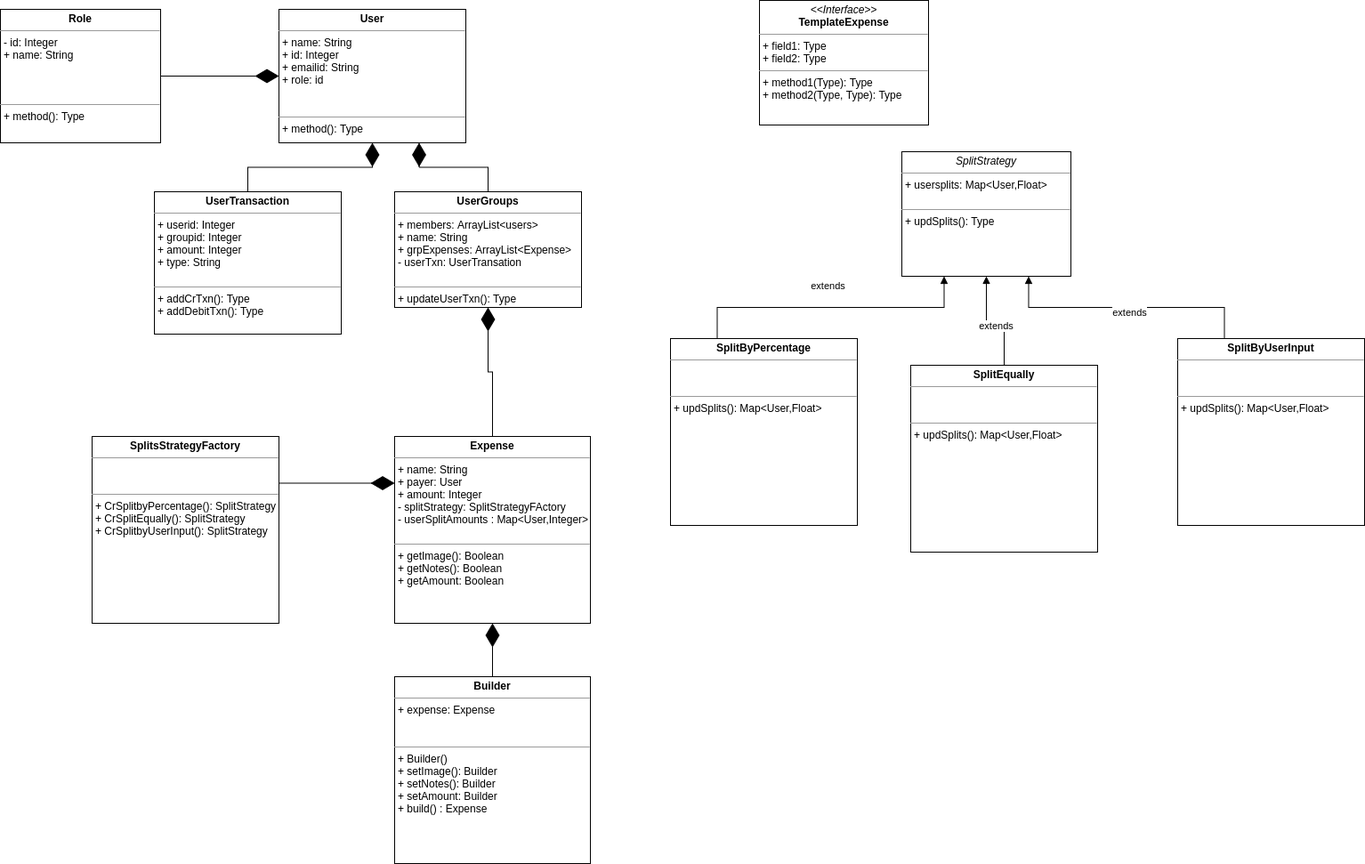
Before: Splitwise/Splitwise.drawio.png, a diagram exported from draw.io (LearningsLab/BoilerPlates). Source tidied: cells renumbered, new cells last; positions are measured from the earlier drawing's top-left corner, leaving out a move shared by most shapes.
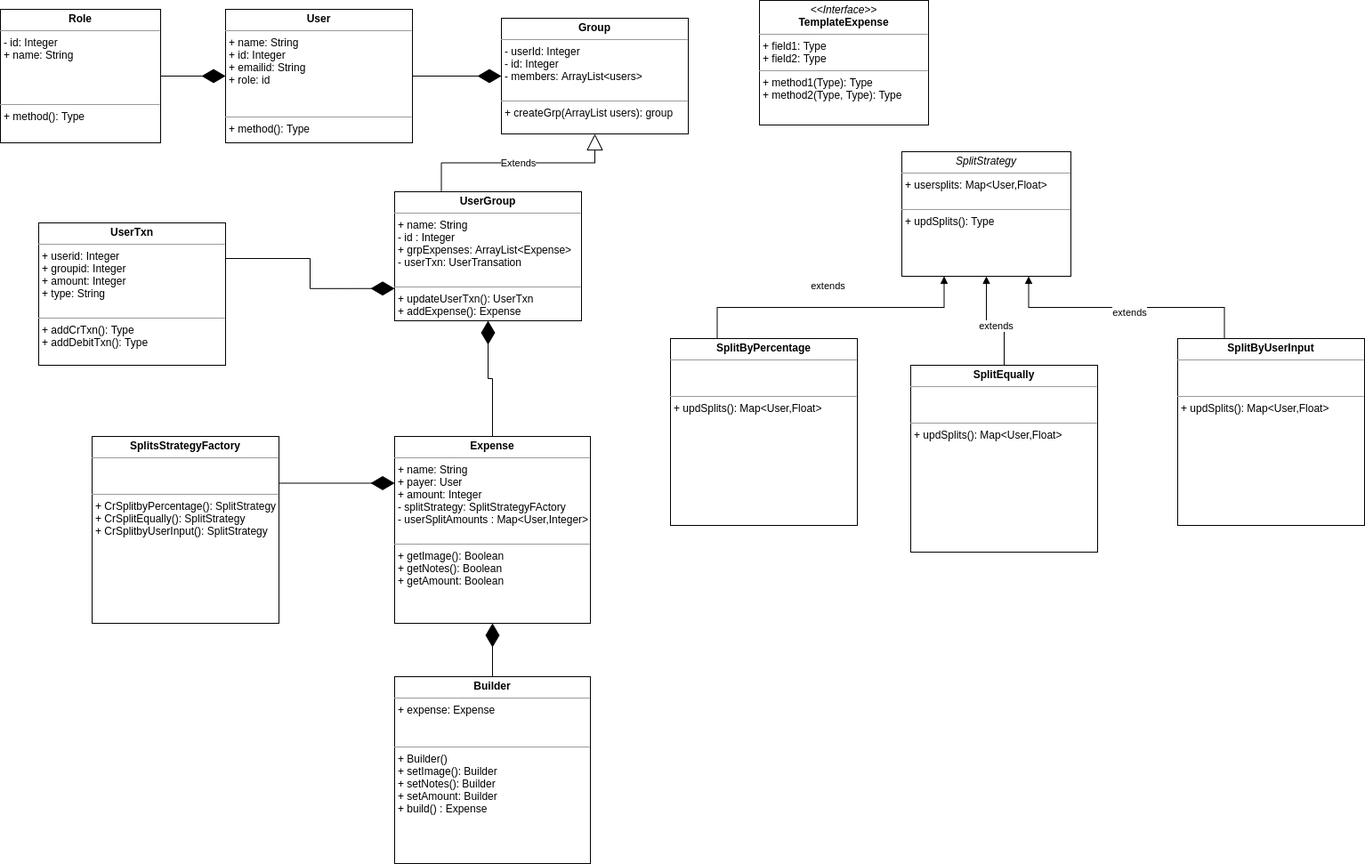
The same file after the commit.

Change to the diagram source:
```diff
@@ -2,8 +2,8 @@
   <root>
     <mxCell id="0" />
     <mxCell id="1" parent="0" />
-    <mxCell id="2" value="&lt;p style=&quot;margin: 0px ; margin-top: 4px ; text-align: center&quot;&gt;&lt;b&gt;UserGroups&lt;/b&gt;&lt;/p&gt;&lt;hr size=&quot;1&quot;&gt;&lt;p style=&quot;margin: 0px ; margin-left: 4px&quot;&gt;+ members: ArrayList&amp;lt;users&amp;gt;&lt;/p&gt;&lt;p style=&quot;margin: 0px ; margin-left: 4px&quot;&gt;+ name: String&lt;/p&gt;&lt;p style=&quot;margin: 0px ; margin-left: 4px&quot;&gt;+ grpExpenses: ArrayList&amp;lt;Expense&amp;gt;&lt;/p&gt;&lt;p style=&quot;margin: 0px ; margin-left: 4px&quot;&gt;- userTxn: UserTransation&lt;/p&gt;&lt;p style=&quot;margin: 0px ; margin-left: 4px&quot;&gt;&lt;br&gt;&lt;/p&gt;&lt;hr size=&quot;1&quot;&gt;&lt;p style=&quot;margin: 0px ; margin-left: 4px&quot;&gt;+ updateUserTxn(): Type&lt;/p&gt;" style="verticalAlign=top;align=left;overflow=fill;fontSize=12;fontFamily=Helvetica;html=1;hachureGap=4;" parent="1" vertex="1">
-      <mxGeometry x="443" y="215" width="210" height="130" as="geometry" />
+    <mxCell id="2" value="&lt;p style=&quot;margin: 0px ; margin-top: 4px ; text-align: center&quot;&gt;&lt;b&gt;UserGroup&lt;/b&gt;&lt;/p&gt;&lt;hr size=&quot;1&quot;&gt;&lt;p style=&quot;margin: 0px ; margin-left: 4px&quot;&gt;&lt;span&gt;+ name: String&lt;/span&gt;&lt;br&gt;&lt;/p&gt;&lt;p style=&quot;margin: 0px ; margin-left: 4px&quot;&gt;- id : Integer&lt;/p&gt;&lt;p style=&quot;margin: 0px ; margin-left: 4px&quot;&gt;+ grpExpenses: ArrayList&amp;lt;Expense&amp;gt;&lt;/p&gt;&lt;p style=&quot;margin: 0px ; margin-left: 4px&quot;&gt;- userTxn: UserTransation&lt;/p&gt;&lt;p style=&quot;margin: 0px ; margin-left: 4px&quot;&gt;&lt;br&gt;&lt;/p&gt;&lt;hr size=&quot;1&quot;&gt;&lt;p style=&quot;margin: 0px ; margin-left: 4px&quot;&gt;+ updateUserTxn(): UserTxn&lt;/p&gt;&lt;p style=&quot;margin: 0px ; margin-left: 4px&quot;&gt;+ addExpense(): Expense&lt;/p&gt;" style="verticalAlign=top;align=left;overflow=fill;fontSize=12;fontFamily=Helvetica;html=1;hachureGap=4;" parent="1" vertex="1">
+      <mxGeometry x="443" y="215" width="210" height="145" as="geometry" />
     </mxCell>
     <mxCell id="3" value="&lt;p style=&quot;margin: 0px ; margin-top: 4px ; text-align: center&quot;&gt;&lt;b&gt;Expense&lt;/b&gt;&lt;/p&gt;&lt;hr size=&quot;1&quot;&gt;&lt;p style=&quot;margin: 0px ; margin-left: 4px&quot;&gt;+&amp;nbsp;&lt;span&gt;name: String&lt;/span&gt;&lt;/p&gt;&lt;p style=&quot;margin: 0px ; margin-left: 4px&quot;&gt;+ payer: User&lt;/p&gt;&lt;p style=&quot;margin: 0px ; margin-left: 4px&quot;&gt;+ amount: Integer&lt;/p&gt;&lt;p style=&quot;margin: 0px ; margin-left: 4px&quot;&gt;- splitStrategy: SplitStrategyFActory&lt;/p&gt;&lt;p style=&quot;margin: 0px ; margin-left: 4px&quot;&gt;- userSplitAmounts : Map&amp;lt;User,Integer&amp;gt;&lt;/p&gt;&lt;p style=&quot;margin: 0px ; margin-left: 4px&quot;&gt;&lt;br&gt;&lt;/p&gt;&lt;hr size=&quot;1&quot;&gt;&lt;p style=&quot;margin: 0px ; margin-left: 4px&quot;&gt;+ getImage(): Boolean&lt;/p&gt;&lt;p style=&quot;margin: 0px ; margin-left: 4px&quot;&gt;+ getNotes(): Boolean&lt;/p&gt;&lt;p style=&quot;margin: 0px ; margin-left: 4px&quot;&gt;+ getAmount: Boolean&lt;/p&gt;&lt;p style=&quot;margin: 0px ; margin-left: 4px&quot;&gt;&lt;br&gt;&lt;/p&gt;" style="verticalAlign=top;align=left;overflow=fill;fontSize=12;fontFamily=Helvetica;html=1;hachureGap=4;" parent="1" vertex="1">
       <mxGeometry x="443" y="490" width="220" height="210" as="geometry" />
@@ -26,21 +26,18 @@
     <mxCell id="9" value="&lt;p style=&quot;margin: 0px ; margin-top: 4px ; text-align: center&quot;&gt;&lt;b&gt;SplitByUserInput&lt;/b&gt;&lt;/p&gt;&lt;hr size=&quot;1&quot;&gt;&lt;p style=&quot;margin: 0px ; margin-left: 4px&quot;&gt;&lt;br&gt;&lt;/p&gt;&lt;p style=&quot;margin: 0px ; margin-left: 4px&quot;&gt;&lt;br&gt;&lt;/p&gt;&lt;hr size=&quot;1&quot;&gt;&lt;p style=&quot;margin: 0px ; margin-left: 4px&quot;&gt;+ updSplits(): Map&amp;lt;User,Float&amp;gt;&lt;br&gt;&lt;/p&gt;" style="verticalAlign=top;align=left;overflow=fill;fontSize=12;fontFamily=Helvetica;html=1;hachureGap=4;" parent="1" vertex="1">
       <mxGeometry x="1323" y="380" width="210" height="210" as="geometry" />
     </mxCell>
-    <mxCell id="10" value="&lt;p style=&quot;margin: 0px ; margin-top: 4px ; text-align: center&quot;&gt;&lt;b&gt;UserTransaction&lt;/b&gt;&lt;/p&gt;&lt;hr size=&quot;1&quot;&gt;&lt;p style=&quot;margin: 0px ; margin-left: 4px&quot;&gt;+ userid: Integer&lt;/p&gt;&lt;p style=&quot;margin: 0px ; margin-left: 4px&quot;&gt;+ groupid: Integer&lt;/p&gt;&lt;p style=&quot;margin: 0px ; margin-left: 4px&quot;&gt;+ amount: Integer&lt;/p&gt;&lt;p style=&quot;margin: 0px ; margin-left: 4px&quot;&gt;+ type: String&lt;/p&gt;&lt;p style=&quot;margin: 0px ; margin-left: 4px&quot;&gt;&lt;br&gt;&lt;/p&gt;&lt;hr size=&quot;1&quot;&gt;&lt;p style=&quot;margin: 0px ; margin-left: 4px&quot;&gt;+ addCrTxn(): Type&lt;/p&gt;&lt;p style=&quot;margin: 0px ; margin-left: 4px&quot;&gt;+ addDebitTxn(): Type&lt;/p&gt;" style="verticalAlign=top;align=left;overflow=fill;fontSize=12;fontFamily=Helvetica;html=1;hachureGap=4;" parent="1" vertex="1">
-      <mxGeometry x="173" y="215" width="210" height="160" as="geometry" />
+    <mxCell id="10" value="&lt;p style=&quot;margin: 0px ; margin-top: 4px ; text-align: center&quot;&gt;&lt;b&gt;UserTxn&lt;/b&gt;&lt;/p&gt;&lt;hr size=&quot;1&quot;&gt;&lt;p style=&quot;margin: 0px ; margin-left: 4px&quot;&gt;+ userid: Integer&lt;/p&gt;&lt;p style=&quot;margin: 0px ; margin-left: 4px&quot;&gt;+ groupid: Integer&lt;/p&gt;&lt;p style=&quot;margin: 0px ; margin-left: 4px&quot;&gt;+ amount: Integer&lt;/p&gt;&lt;p style=&quot;margin: 0px ; margin-left: 4px&quot;&gt;+ type: String&lt;/p&gt;&lt;p style=&quot;margin: 0px ; margin-left: 4px&quot;&gt;&lt;br&gt;&lt;/p&gt;&lt;hr size=&quot;1&quot;&gt;&lt;p style=&quot;margin: 0px ; margin-left: 4px&quot;&gt;+ addCrTxn(): Type&lt;/p&gt;&lt;p style=&quot;margin: 0px ; margin-left: 4px&quot;&gt;+ addDebitTxn(): Type&lt;/p&gt;" style="verticalAlign=top;align=left;overflow=fill;fontSize=12;fontFamily=Helvetica;html=1;hachureGap=4;" parent="1" vertex="1">
+      <mxGeometry x="43" y="250" width="210" height="160" as="geometry" />
     </mxCell>
     <mxCell id="11" value="&lt;p style=&quot;margin: 0px ; margin-top: 4px ; text-align: center&quot;&gt;&lt;b&gt;User&lt;/b&gt;&lt;/p&gt;&lt;hr size=&quot;1&quot;&gt;&lt;p style=&quot;margin: 0px ; margin-left: 4px&quot;&gt;+ name: String&lt;/p&gt;&lt;p style=&quot;margin: 0px ; margin-left: 4px&quot;&gt;+ id: Integer&lt;/p&gt;&lt;p style=&quot;margin: 0px ; margin-left: 4px&quot;&gt;+ emailid: String&lt;/p&gt;&lt;p style=&quot;margin: 0px ; margin-left: 4px&quot;&gt;+ role: id&lt;/p&gt;&lt;p style=&quot;margin: 0px ; margin-left: 4px&quot;&gt;&lt;br&gt;&lt;/p&gt;&lt;p style=&quot;margin: 0px ; margin-left: 4px&quot;&gt;&lt;br&gt;&lt;/p&gt;&lt;hr size=&quot;1&quot;&gt;&lt;p style=&quot;margin: 0px ; margin-left: 4px&quot;&gt;+ method(): Type&lt;/p&gt;" style="verticalAlign=top;align=left;overflow=fill;fontSize=12;fontFamily=Helvetica;html=1;hachureGap=4;" parent="1" vertex="1">
-      <mxGeometry x="313" y="10" width="210" height="150" as="geometry" />
+      <mxGeometry x="253" y="10" width="210" height="150" as="geometry" />
     </mxCell>
     <mxCell id="12" value="&lt;p style=&quot;margin: 0px ; margin-top: 4px ; text-align: center&quot;&gt;&lt;b&gt;Role&lt;/b&gt;&lt;/p&gt;&lt;hr size=&quot;1&quot;&gt;&lt;p style=&quot;margin: 0px ; margin-left: 4px&quot;&gt;&lt;span&gt;- id: Integer&lt;/span&gt;&lt;br&gt;&lt;/p&gt;&lt;p style=&quot;margin: 0px ; margin-left: 4px&quot;&gt;+ name: String&lt;/p&gt;&lt;p style=&quot;margin: 0px ; margin-left: 4px&quot;&gt;&lt;br&gt;&lt;/p&gt;&lt;p style=&quot;margin: 0px ; margin-left: 4px&quot;&gt;&lt;br&gt;&lt;/p&gt;&lt;p style=&quot;margin: 0px ; margin-left: 4px&quot;&gt;&lt;br&gt;&lt;/p&gt;&lt;hr size=&quot;1&quot;&gt;&lt;p style=&quot;margin: 0px ; margin-left: 4px&quot;&gt;+ method(): Type&lt;/p&gt;" style="verticalAlign=top;align=left;overflow=fill;fontSize=12;fontFamily=Helvetica;html=1;hachureGap=4;" parent="1" vertex="1">
       <mxGeometry y="10" width="180" height="150" as="geometry" />
     </mxCell>
-    <mxCell id="13" style="endArrow=diamondThin;endFill=1;endSize=24;html=1;rounded=0;edgeStyle=orthogonalEdgeStyle;exitX=0.5;exitY=0;exitDx=0;exitDy=0;entryX=0.5;entryY=1;entryDx=0;entryDy=0;" parent="1" edge="1" source="10" target="11">
+    <mxCell id="13" style="endArrow=diamondThin;endFill=1;endSize=24;html=1;rounded=0;edgeStyle=orthogonalEdgeStyle;entryX=0;entryY=0.75;entryDx=0;entryDy=0;exitX=1;exitY=0.25;exitDx=0;exitDy=0;" parent="1" edge="1" source="10" target="2">
       <mxGeometry relative="1" as="geometry" />
     </mxCell>
-    <mxCell id="14" style="endArrow=diamondThin;endFill=1;endSize=24;html=1;rounded=0;edgeStyle=orthogonalEdgeStyle;exitX=0.5;exitY=0;exitDx=0;exitDy=0;entryX=0.75;entryY=1;entryDx=0;entryDy=0;" parent="1" edge="1" source="2" target="11">
-      <mxGeometry relative="1" as="geometry" />
-    </mxCell>
     <mxCell id="15" style="endArrow=diamondThin;endFill=1;endSize=24;html=1;rounded=0;edgeStyle=orthogonalEdgeStyle;entryX=0.5;entryY=1;entryDx=0;entryDy=0;" parent="1" edge="1" source="3" target="2">
       <mxGeometry relative="1" as="geometry" />
     </mxCell>
@@ -65,5 +62,14 @@
     <mxCell id="22" style="endArrow=diamondThin;endFill=1;endSize=24;html=1;rounded=0;edgeStyle=orthogonalEdgeStyle;exitX=1;exitY=0.5;exitDx=0;exitDy=0;entryX=0;entryY=0.5;entryDx=0;entryDy=0;" parent="1" edge="1" source="12" target="11">
       <mxGeometry relative="1" as="geometry" />
     </mxCell>
+    <mxCell id="23" value="&lt;p style=&quot;margin: 0px ; margin-top: 4px ; text-align: center&quot;&gt;&lt;b&gt;Group&lt;/b&gt;&lt;/p&gt;&lt;hr size=&quot;1&quot;&gt;&lt;p style=&quot;margin: 0px ; margin-left: 4px&quot;&gt;- userId: Integer&lt;/p&gt;&lt;p style=&quot;margin: 0px ; margin-left: 4px&quot;&gt;- id: Integer&lt;/p&gt;&lt;p style=&quot;margin: 0px ; margin-left: 4px&quot;&gt;- members: ArrayList&amp;lt;users&amp;gt;&lt;br&gt;&lt;/p&gt;&lt;p style=&quot;margin: 0px ; margin-left: 4px&quot;&gt;&lt;br&gt;&lt;/p&gt;&lt;hr size=&quot;1&quot;&gt;&lt;p style=&quot;margin: 0px ; margin-left: 4px&quot;&gt;+ createGrp(ArrayList users): group&lt;/p&gt;" style="verticalAlign=top;align=left;overflow=fill;fontSize=12;fontFamily=Helvetica;html=1;hachureGap=4;" parent="1" vertex="1">
+      <mxGeometry x="563" y="20" width="210" height="130" as="geometry" />
+    </mxCell>
+    <mxCell id="24" value="Extends" style="endArrow=block;endSize=16;endFill=0;html=1;rounded=0;edgeStyle=orthogonalEdgeStyle;entryX=0.5;entryY=1;entryDx=0;entryDy=0;exitX=0.25;exitY=0;exitDx=0;exitDy=0;" parent="1" edge="1" source="2" target="23">
+      <mxGeometry relative="1" as="geometry" />
+    </mxCell>
+    <mxCell id="25" style="endArrow=diamondThin;endFill=1;endSize=24;html=1;rounded=0;edgeStyle=orthogonalEdgeStyle;exitX=1;exitY=0.5;exitDx=0;exitDy=0;entryX=0;entryY=0.5;entryDx=0;entryDy=0;" parent="1" edge="1" source="11" target="23">
+      <mxGeometry relative="1" as="geometry" />
+    </mxCell>
   </root>
 </mxGraphModel>
```
